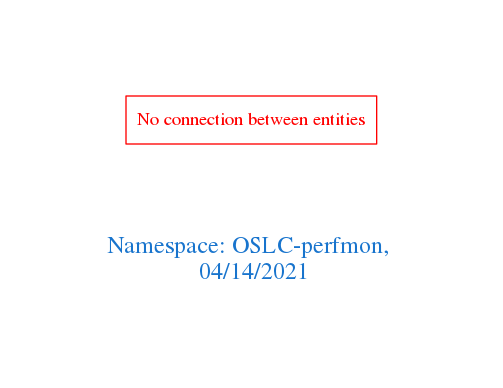
Above: downloads/OSLC-perfmon.png in arago/OGIT (Graphviz), before the change. Its source is kept beside it as downloads/OSLC-perfmon.dot.
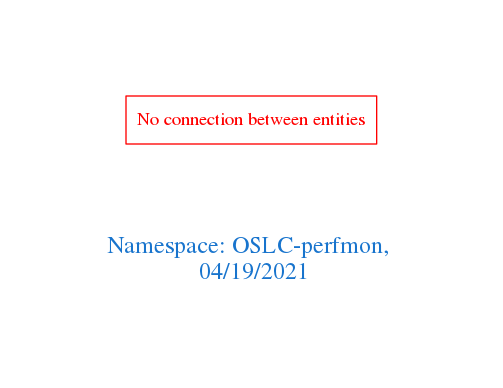
Later version of the same file.

Diff of the diagram source:
```diff
@@ -1,7 +1,7 @@
 digraph OGIT_ontology {
  graph [ rankdir= LR,pad=1
 fontsize = 18,
-fontcolor= dodgerblue3,label = "\n\n\nNamespace: OSLC-perfmon, \n 04/14/2021"];
+fontcolor= dodgerblue3,label = "\n\n\nNamespace: OSLC-perfmon, \n 04/19/2021"];
 node[shape=polygon];
 edge [  color="gray81"];
 
```
